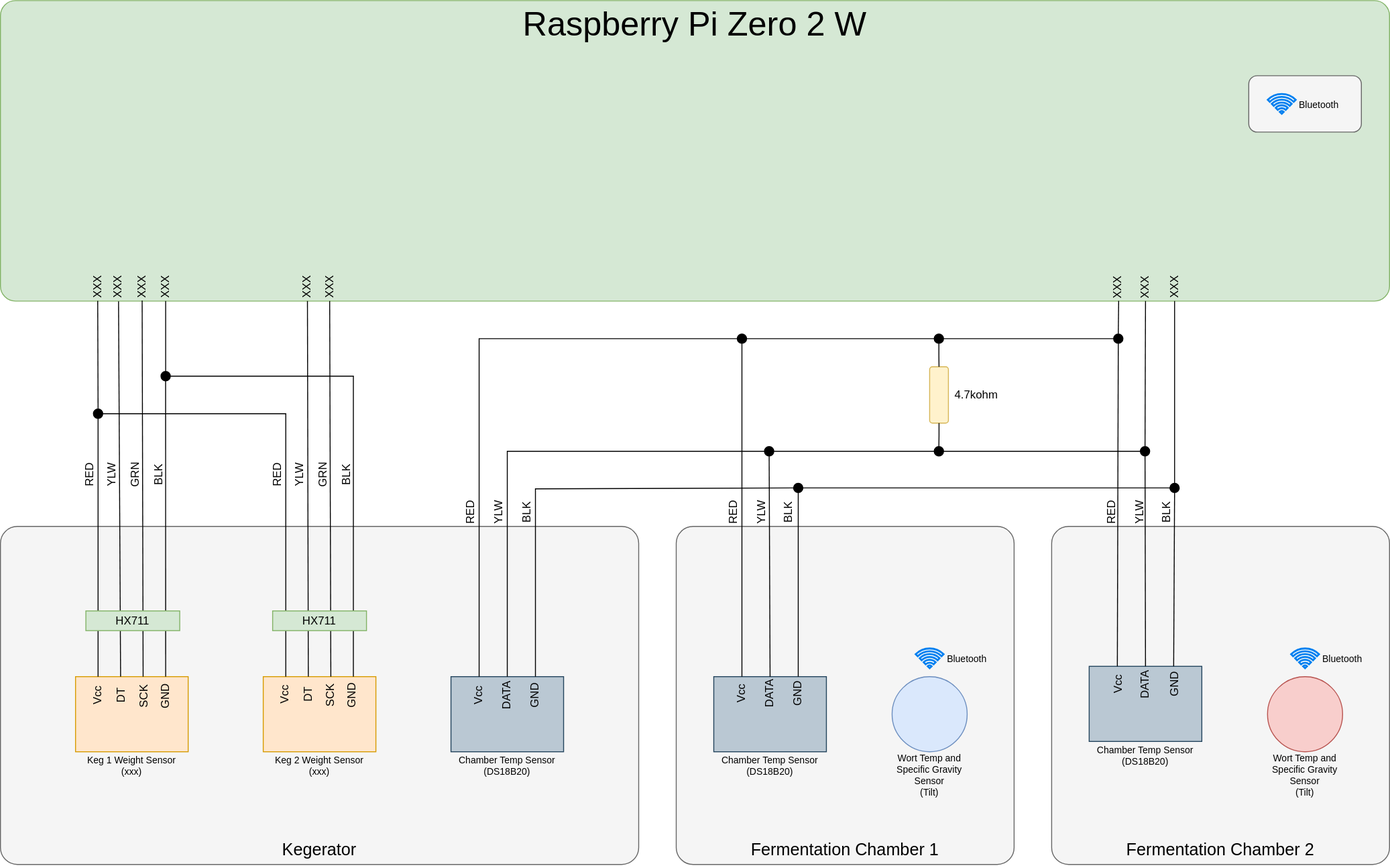
Before: BreweryMonitor.drawio.svg, a diagram exported from draw.io (austinshinkle/OB_BreweryMonitor). Source tidied: cells renumbered, new cells last; positions are measured from the earlier drawing's top-left corner, leaving out a move shared by most shapes.
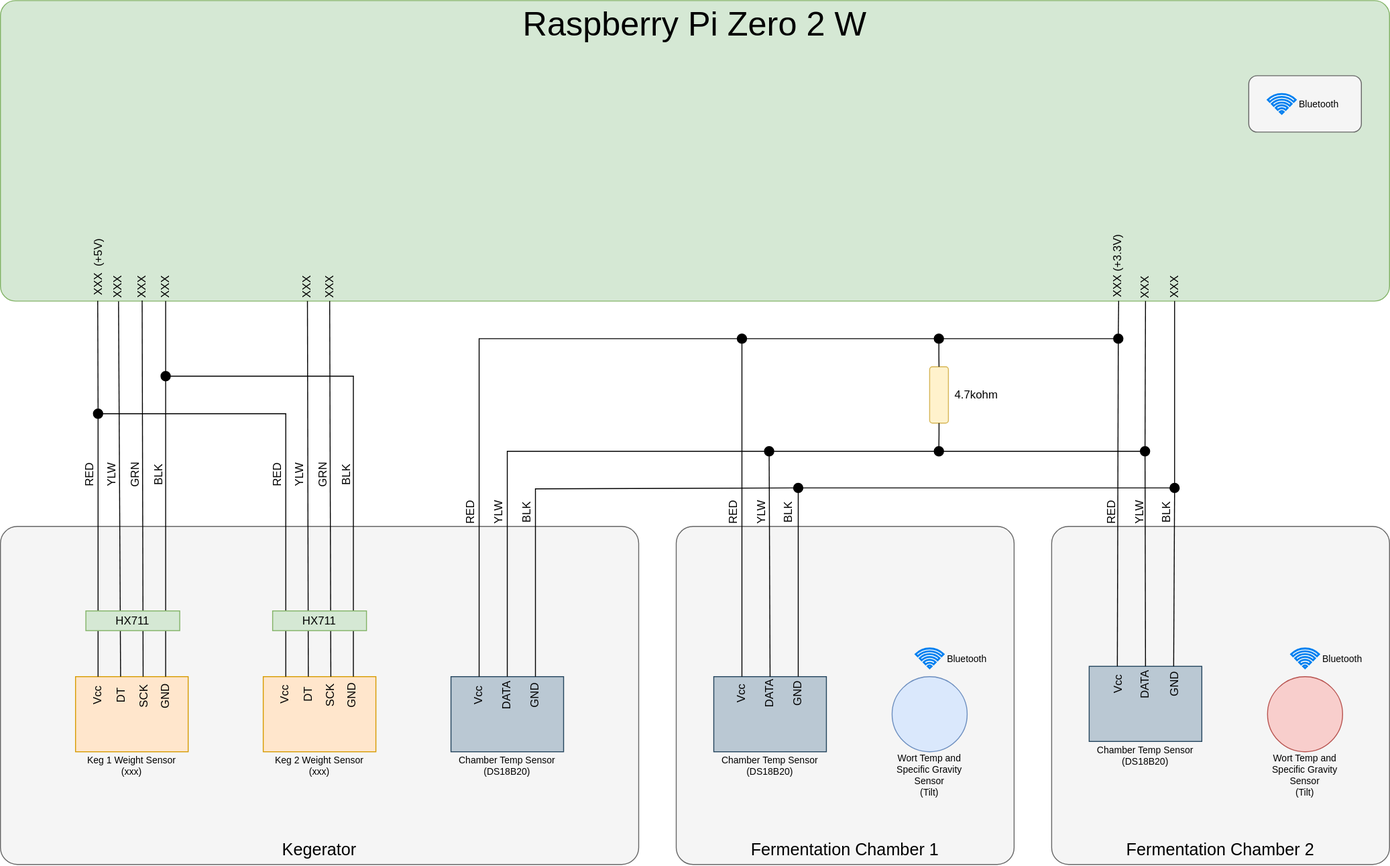
Later version of the same file.

Diff of the diagram source:
```diff
@@ -344,8 +344,8 @@
     <mxCell id="104" value="YLW" style="text;html=1;align=center;verticalAlign=middle;whiteSpace=wrap;rounded=0;horizontal=1;rotation=-90;" parent="1" vertex="1">
       <mxGeometry x="1199" y="540" width="30" height="10" as="geometry" />
     </mxCell>
-    <mxCell id="105" value="XXX" style="text;html=1;align=center;verticalAlign=middle;whiteSpace=wrap;rounded=0;horizontal=1;rotation=-90;" parent="1" vertex="1">
-      <mxGeometry x="89" y="300" width="30" height="10" as="geometry" />
+    <mxCell id="105" value="XXX&amp;nbsp; (+5V)" style="text;html=1;align=center;verticalAlign=middle;whiteSpace=wrap;rounded=0;horizontal=1;rotation=-90;" parent="1" vertex="1">
+      <mxGeometry x="68.5" y="279.5" width="71" height="10" as="geometry" />
     </mxCell>
     <mxCell id="106" value="XXX" style="text;html=1;align=center;verticalAlign=middle;whiteSpace=wrap;rounded=0;horizontal=1;rotation=-90;" parent="1" vertex="1">
       <mxGeometry x="110" y="300" width="30" height="10" as="geometry" />
@@ -362,8 +362,8 @@
     <mxCell id="110" value="XXX" style="text;html=1;align=center;verticalAlign=middle;whiteSpace=wrap;rounded=0;horizontal=1;rotation=-90;" parent="1" vertex="1">
       <mxGeometry x="336" y="300" width="30" height="10" as="geometry" />
     </mxCell>
-    <mxCell id="111" value="XXX" style="text;html=1;align=center;verticalAlign=middle;whiteSpace=wrap;rounded=0;horizontal=1;rotation=-90;" parent="1" vertex="1">
-      <mxGeometry x="1175.5" y="300" width="30" height="10" as="geometry" />
+    <mxCell id="111" value="XXX (+3.3V)" style="text;html=1;align=center;verticalAlign=middle;whiteSpace=wrap;rounded=0;horizontal=1;rotation=-90;" parent="1" vertex="1">
+      <mxGeometry x="1153.2" y="277.7" width="74.5" height="10" as="geometry" />
     </mxCell>
     <mxCell id="112" value="XXX" style="text;html=1;align=center;verticalAlign=middle;whiteSpace=wrap;rounded=0;horizontal=1;rotation=-90;" parent="1" vertex="1">
       <mxGeometry x="1204.5" y="300" width="30" height="10" as="geometry" />
```
